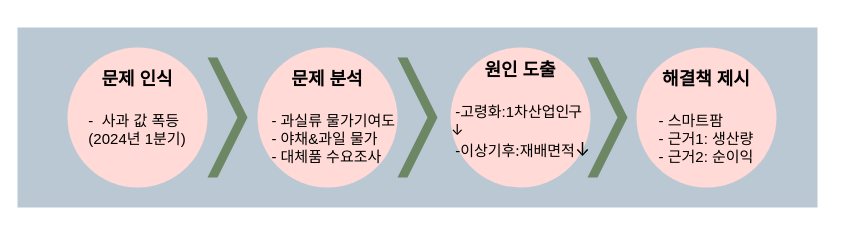
Before: AutoFarmingFlowChart.drawio in JangHyeongJun-0523/EDA_Project, a draw.io diagram. Source tidied: cells renumbered, new cells numbered last; positions are measured from the earlier drawing's top-left corner, leaving out a move shared by most shapes. Both pictures are drawn from the tidied source at 100%, with x=0, y=0 at pixel (17, 27).
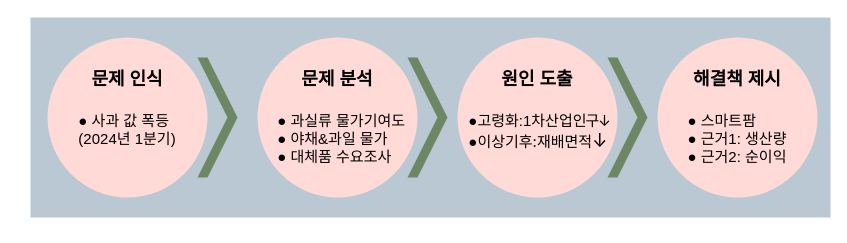
The same diagram, later.

Commit message:
feat : diagram : FlowChart

The edit, as a diff of the source:
```diff
@@
 <mxGraphModel>
   <root>
     <mxCell id="0" />
     <mxCell id="1" parent="0" />
     <mxCell id="2" style="rounded=0;whiteSpace=wrap;html=1;fillColor=#bac8d3;strokeColor=none;" parent="1" vertex="1">
-      <mxGeometry width="800" height="180" as="geometry" />
+      <mxGeometry x="13" y="-10" width="800" height="200" as="geometry" />
     </mxCell>
-    <mxCell id="3" value="&lt;font style=&quot;font-size: 18px;&quot;&gt;&lt;font style=&quot;font-size: 18px;&quot; color=&quot;#000000&quot;&gt;&lt;b style=&quot;&quot;&gt;문제&amp;nbsp;&lt;/b&gt;&lt;/font&gt;&lt;b style=&quot;color: rgb(0, 0, 0); background-color: initial;&quot;&gt;&lt;/b&gt;&lt;/font&gt;&lt;b style=&quot;font-size: 18px; background-color: initial; color: rgb(0, 0, 0);&quot;&gt;인식&lt;/b&gt;&lt;div style=&quot;font-size: 18px;&quot;&gt;&lt;br&gt;&lt;/div&gt;&lt;div&gt;&lt;div style=&quot;text-align: left;&quot;&gt;&lt;span style=&quot;font-size: 15px; color: rgb(0, 0, 0); background-color: initial;&quot;&gt;-&amp;nbsp;  &lt;/span&gt;&lt;span style=&quot;font-size: 15px; color: rgb(0, 0, 0); background-color: initial;&quot;&gt;사과 값 폭등&lt;/span&gt;&lt;/div&gt;&lt;/div&gt;&lt;div&gt;&lt;span style=&quot;font-size: 15px; color: rgb(0, 0, 0); background-color: initial;&quot;&gt;(2024년 1분기)&lt;/span&gt;&lt;/div&gt;&lt;div&gt;&lt;span style=&quot;font-size: 15px; color: rgb(0, 0, 0); background-color: initial;&quot;&gt;&lt;br&gt;&lt;/span&gt;&lt;/div&gt;" style="ellipse;whiteSpace=wrap;html=1;fillColor=#ffdad6;fontColor=#ffffff;strokeColor=none;" parent="1" vertex="1">
-      <mxGeometry x="50" y="20" width="140" height="140" as="geometry" />
+    <mxCell id="3" value="&lt;font style=&quot;font-size: 18px;&quot;&gt;&lt;font style=&quot;font-size: 18px;&quot; color=&quot;#000000&quot;&gt;&lt;b style=&quot;&quot;&gt;문제&amp;nbsp;&lt;/b&gt;&lt;/font&gt;&lt;b style=&quot;color: rgb(0, 0, 0); background-color: initial;&quot;&gt;&lt;/b&gt;&lt;/font&gt;&lt;b style=&quot;font-size: 18px; background-color: initial; color: rgb(0, 0, 0);&quot;&gt;인식&lt;/b&gt;&lt;div style=&quot;font-size: 18px;&quot;&gt;&lt;br&gt;&lt;/div&gt;&lt;div&gt;&lt;div style=&quot;text-align: left;&quot;&gt;&lt;span style=&quot;background-color: initial; text-align: center; font-size: 15px;&quot;&gt;&lt;font color=&quot;#000000&quot;&gt;●&lt;/font&gt;&lt;/span&gt;&lt;span style=&quot;font-size: 15px; color: rgb(0, 0, 0); background-color: initial;&quot;&gt;&amp;nbsp;&lt;/span&gt;&lt;span style=&quot;font-size: 15px; color: rgb(0, 0, 0); background-color: initial;&quot;&gt;사과 값 폭등&lt;/span&gt;&lt;/div&gt;&lt;/div&gt;&lt;div style=&quot;font-size: 15px;&quot;&gt;&lt;span style=&quot;color: rgb(0, 0, 0); background-color: initial;&quot;&gt;&lt;font style=&quot;vertical-align: inherit; font-size: 15px;&quot;&gt;&lt;font style=&quot;vertical-align: inherit; font-size: 15px;&quot;&gt;&lt;font style=&quot;vertical-align: inherit; font-size: 15px;&quot;&gt;&lt;font style=&quot;vertical-align: inherit; font-size: 15px;&quot;&gt;(2024년 1분기)&lt;/font&gt;&lt;/font&gt;&lt;/font&gt;&lt;/font&gt;&lt;/span&gt;&lt;/div&gt;&lt;div style=&quot;font-size: 15px;&quot;&gt;&lt;span style=&quot;color: rgb(0, 0, 0); background-color: initial;&quot;&gt;&lt;br&gt;&lt;/span&gt;&lt;/div&gt;" style="ellipse;whiteSpace=wrap;html=1;fillColor=#ffdad6;fontColor=#ffffff;strokeColor=none;" parent="1" vertex="1">
+      <mxGeometry x="30" y="10" width="160" height="160" as="geometry" />
     </mxCell>
-    <mxCell id="4" value="&lt;font style=&quot;font-size: 18px;&quot; color=&quot;#000000&quot;&gt;&lt;b style=&quot;&quot;&gt;문제 분석&lt;/b&gt;&lt;/font&gt;&lt;div style=&quot;font-size: 18px;&quot;&gt;&lt;br&gt;&lt;/div&gt;&lt;div&gt;&lt;div style=&quot;text-align: left;&quot;&gt;&lt;span style=&quot;font-size: 15px; color: rgb(0, 0, 0); background-color: initial;&quot;&gt;&amp;nbsp; &amp;nbsp;- 과실류 물가기여도&lt;/span&gt;&lt;/div&gt;&lt;/div&gt;&lt;div style=&quot;text-align: left;&quot;&gt;&lt;span style=&quot;font-size: 15px; color: rgb(0, 0, 0); background-color: initial;&quot;&gt;&amp;nbsp; &amp;nbsp;- 야채&amp;amp;과일 물가&lt;/span&gt;&lt;/div&gt;&lt;div style=&quot;text-align: left;&quot;&gt;&lt;span style=&quot;font-size: 15px; color: rgb(0, 0, 0); background-color: initial;&quot;&gt;&amp;nbsp; &amp;nbsp;- 대체품 수요조사&lt;br&gt;&lt;/span&gt;&lt;/div&gt;" style="ellipse;whiteSpace=wrap;html=1;fillColor=#ffdad6;fontColor=#ffffff;strokeColor=none;" parent="1" vertex="1">
-      <mxGeometry x="240" y="20" width="140" height="140" as="geometry" />
+    <mxCell id="4" value="&lt;font style=&quot;font-size: 18px;&quot; color=&quot;#000000&quot;&gt;&lt;b style=&quot;&quot;&gt;문제 분석&lt;/b&gt;&lt;/font&gt;&lt;div style=&quot;font-size: 18px;&quot;&gt;&lt;br&gt;&lt;/div&gt;&lt;div&gt;&lt;div style=&quot;text-align: left;&quot;&gt;&lt;span style=&quot;background-color: initial;&quot;&gt;&lt;font color=&quot;#000000&quot;&gt;&lt;span style=&quot;font-size: 15px;&quot;&gt;&amp;nbsp; ● 과실류 물가기여도&lt;/span&gt;&lt;/font&gt;&lt;/span&gt;&lt;/div&gt;&lt;/div&gt;&lt;div style=&quot;text-align: left;&quot;&gt;&lt;span style=&quot;font-size: 15px; color: rgb(0, 0, 0); background-color: initial;&quot;&gt;&amp;nbsp;&amp;nbsp;&lt;/span&gt;&lt;span style=&quot;background-color: initial; text-align: center; font-size: 15px;&quot;&gt;&lt;font color=&quot;#000000&quot;&gt;●&lt;/font&gt;&lt;/span&gt;&lt;span style=&quot;background-color: initial; color: rgb(0, 0, 0); font-size: 15px;&quot;&gt;&amp;nbsp;야채&amp;amp;과일 물가&lt;/span&gt;&lt;/div&gt;&lt;div style=&quot;text-align: left;&quot;&gt;&lt;span style=&quot;font-size: 15px; color: rgb(0, 0, 0); background-color: initial;&quot;&gt;&amp;nbsp; &lt;/span&gt;&lt;span style=&quot;background-color: initial; text-align: center; font-size: 15px;&quot;&gt;&lt;font color=&quot;#000000&quot;&gt;●&lt;/font&gt;&lt;/span&gt;&lt;span style=&quot;background-color: initial; color: rgb(0, 0, 0); font-size: 15px;&quot;&gt;&amp;nbsp;대체품 수요조사&lt;/span&gt;&lt;/div&gt;" style="ellipse;whiteSpace=wrap;html=1;fillColor=#ffdad6;fontColor=#ffffff;strokeColor=none;" parent="1" vertex="1">
+      <mxGeometry x="240" y="10" width="160" height="160" as="geometry" />
     </mxCell>
-    <mxCell id="5" value="&lt;font style=&quot;font-size: 18px;&quot; color=&quot;#000000&quot;&gt;&lt;b style=&quot;&quot;&gt;원인 도출&lt;/b&gt;&lt;/font&gt;&lt;div style=&quot;font-size: 18px;&quot;&gt;&lt;br&gt;&lt;/div&gt;&lt;div style=&quot;font-size: 15px;&quot;&gt;&lt;div style=&quot;text-align: left;&quot;&gt;&lt;font style=&quot;font-size: 15px;&quot;&gt;&lt;span style=&quot;color: rgb(0, 0, 0); background-color: initial;&quot;&gt;&amp;nbsp;-&lt;/span&gt;&lt;span style=&quot;background-color: initial; color: rgb(0, 0, 0);&quot;&gt;고령화:1차산업&lt;/span&gt;&lt;span style=&quot;background-color: initial; text-align: center; color: rgb(0, 0, 0); letter-spacing: -1px; font-family: -apple-system, BlinkMacSystemFont, &amp;quot;Helvetica Neue&amp;quot;, &amp;quot;Apple SD Gothic Neo&amp;quot;, Arial, sans-serif;&quot;&gt;인구&lt;/span&gt;&lt;span style=&quot;background-color: initial; text-align: center; color: rgb(0, 0, 0); letter-spacing: -1px; font-family: -apple-system, BlinkMacSystemFont, &amp;quot;Helvetica Neue&amp;quot;, &amp;quot;Apple SD Gothic Neo&amp;quot;, Arial, sans-serif;&quot;&gt;↓&lt;/span&gt;&lt;/font&gt;&lt;/div&gt;&lt;/div&gt;&lt;div style=&quot;text-align: left; font-size: 15px;&quot;&gt;&lt;span style=&quot;color: rgb(0, 0, 0); background-color: initial;&quot;&gt;&amp;nbsp;-&lt;/span&gt;&lt;span style=&quot;background-color: initial; color: rgb(0, 0, 0);&quot;&gt;&lt;font style=&quot;&quot; face=&quot;-apple-system, BlinkMacSystemFont, Helvetica Neue, Apple SD Gothic Neo, Arial, sans-serif&quot;&gt;이상기후:재배면적&lt;/font&gt;&lt;/span&gt;&lt;span style=&quot;background-color: initial; text-align: center; color: rgb(0, 0, 0); font-size: 18px; letter-spacing: -1px; font-family: -apple-system, BlinkMacSystemFont, &amp;quot;Helvetica Neue&amp;quot;, &amp;quot;Apple SD Gothic Neo&amp;quot;, Arial, sans-serif;&quot;&gt;↓&lt;/span&gt;&lt;/div&gt;&lt;div style=&quot;text-align: left;&quot;&gt;&lt;br&gt;&lt;/div&gt;" style="ellipse;whiteSpace=wrap;html=1;fillColor=#ffdad6;fontColor=#ffffff;strokeColor=none;" parent="1" vertex="1">
-      <mxGeometry x="433" y="20" width="140" height="140" as="geometry" />
+    <mxCell id="5" value="&lt;font style=&quot;font-size: 18px;&quot; color=&quot;#000000&quot;&gt;&lt;b style=&quot;&quot;&gt;원인 도출&lt;/b&gt;&lt;/font&gt;&lt;div style=&quot;font-size: 18px;&quot;&gt;&lt;br&gt;&lt;/div&gt;&lt;div style=&quot;&quot;&gt;&lt;div style=&quot;text-align: left;&quot;&gt;&lt;font style=&quot;&quot;&gt;&lt;span style=&quot;font-size: 15px; color: rgb(0, 0, 0); background-color: initial;&quot;&gt;&amp;nbsp;&lt;/span&gt;&lt;span style=&quot;background-color: initial;&quot;&gt;&lt;font color=&quot;#000000&quot;&gt;&lt;span style=&quot;font-size: 15px;&quot;&gt;●고령화:1차산업&lt;/span&gt;&lt;/font&gt;&lt;/span&gt;&lt;span style=&quot;font-size: 15px; background-color: initial; text-align: center; color: rgb(0, 0, 0); letter-spacing: -1px; font-family: -apple-system, BlinkMacSystemFont, &amp;quot;Helvetica Neue&amp;quot;, &amp;quot;Apple SD Gothic Neo&amp;quot;, Arial, sans-serif;&quot;&gt;인구&lt;/span&gt;&lt;span style=&quot;font-size: 15px; background-color: initial; text-align: center; color: rgb(0, 0, 0); letter-spacing: -1px; font-family: -apple-system, BlinkMacSystemFont, &amp;quot;Helvetica Neue&amp;quot;, &amp;quot;Apple SD Gothic Neo&amp;quot;, Arial, sans-serif;&quot;&gt;↓&lt;/span&gt;&lt;/font&gt;&lt;/div&gt;&lt;/div&gt;&lt;div style=&quot;text-align: left;&quot;&gt;&lt;span style=&quot;font-size: 15px; color: rgb(0, 0, 0); background-color: initial;&quot;&gt;&amp;nbsp;&lt;/span&gt;&lt;span style=&quot;background-color: initial;&quot;&gt;&lt;font style=&quot;&quot;&gt;&lt;font color=&quot;#000000&quot;&gt;&lt;span style=&quot;font-size: 15px;&quot;&gt;●&lt;/span&gt;&lt;/font&gt;&lt;font face=&quot;-apple-system, BlinkMacSystemFont, Helvetica Neue, Apple SD Gothic Neo, Arial, sans-serif&quot; color=&quot;#000000&quot;&gt;&lt;span style=&quot;font-size: 15px;&quot;&gt;이상기후:재배면적&lt;/span&gt;&lt;/font&gt;&lt;/font&gt;&lt;/span&gt;&lt;span style=&quot;font-size: 18px; background-color: initial; text-align: center; color: rgb(0, 0, 0); letter-spacing: -1px; font-family: -apple-system, BlinkMacSystemFont, &amp;quot;Helvetica Neue&amp;quot;, &amp;quot;Apple SD Gothic Neo&amp;quot;, Arial, sans-serif;&quot;&gt;↓&lt;/span&gt;&lt;/div&gt;&lt;div style=&quot;text-align: left;&quot;&gt;&lt;br&gt;&lt;/div&gt;" style="ellipse;whiteSpace=wrap;html=1;fillColor=#ffdad6;fontColor=#ffffff;strokeColor=none;" parent="1" vertex="1">
+      <mxGeometry x="440" y="10" width="160" height="160" as="geometry" />
     </mxCell>
-    <mxCell id="6" value="&lt;font style=&quot;font-size: 18px;&quot; color=&quot;#000000&quot;&gt;&lt;b style=&quot;&quot;&gt;해결책 제시&lt;/b&gt;&lt;/font&gt;&lt;div style=&quot;font-size: 18px;&quot;&gt;&lt;br&gt;&lt;/div&gt;&lt;div&gt;&lt;div style=&quot;text-align: left;&quot;&gt;&lt;span style=&quot;font-size: 15px; color: rgb(0, 0, 0); background-color: initial;&quot;&gt;- 스마트팜&lt;/span&gt;&lt;/div&gt;&lt;/div&gt;&lt;div style=&quot;text-align: left;&quot;&gt;&lt;span style=&quot;font-size: 15px; color: rgb(0, 0, 0); background-color: initial;&quot;&gt;- 근거1: 생산량&lt;/span&gt;&lt;/div&gt;&lt;div style=&quot;text-align: left;&quot;&gt;&lt;span style=&quot;font-size: 15px; color: rgb(0, 0, 0); background-color: initial;&quot;&gt;- 근거2: 순이익&lt;/span&gt;&lt;/div&gt;" style="ellipse;whiteSpace=wrap;html=1;fillColor=#ffdad6;fontColor=#ffffff;strokeColor=none;" parent="1" vertex="1">
-      <mxGeometry x="619" y="20" width="140" height="140" as="geometry" />
+    <mxCell id="6" value="&lt;font style=&quot;font-size: 18px;&quot; color=&quot;#000000&quot;&gt;&lt;b style=&quot;&quot;&gt;해결책 제시&lt;/b&gt;&lt;/font&gt;&lt;div style=&quot;font-size: 18px;&quot;&gt;&lt;br&gt;&lt;/div&gt;&lt;div&gt;&lt;div style=&quot;text-align: left;&quot;&gt;&lt;span style=&quot;background-color: initial; text-align: center; font-size: 15px;&quot;&gt;&lt;font color=&quot;#000000&quot;&gt;●&lt;/font&gt;&lt;/span&gt;&lt;span style=&quot;font-size: 15px; color: rgb(0, 0, 0); background-color: initial;&quot;&gt;&amp;nbsp;스마트팜&lt;/span&gt;&lt;/div&gt;&lt;/div&gt;&lt;div style=&quot;text-align: left;&quot;&gt;&lt;span style=&quot;background-color: initial; text-align: center; font-size: 15px;&quot;&gt;&lt;font color=&quot;#000000&quot;&gt;●&lt;/font&gt;&lt;/span&gt;&lt;span style=&quot;font-size: 15px; color: rgb(0, 0, 0); background-color: initial;&quot;&gt;&amp;nbsp;근거1: 생산량&lt;/span&gt;&lt;/div&gt;&lt;div style=&quot;text-align: left;&quot;&gt;&lt;span style=&quot;background-color: initial; text-align: center; font-size: 15px;&quot;&gt;&lt;font color=&quot;#000000&quot;&gt;●&lt;/font&gt;&lt;/span&gt;&lt;span style=&quot;font-size: 15px; color: rgb(0, 0, 0); background-color: initial;&quot;&gt;&amp;nbsp;근거2: 순이익&lt;/span&gt;&lt;/div&gt;" style="ellipse;whiteSpace=wrap;html=1;fillColor=#ffdad6;fontColor=#ffffff;strokeColor=none;" parent="1" vertex="1">
+      <mxGeometry x="640" y="10" width="160" height="160" as="geometry" />
     </mxCell>
     <mxCell id="7" style="shape=step;perimeter=stepPerimeter;whiteSpace=wrap;html=1;fixedSize=1;size=30;fillColor=#6d8764;fontColor=#ffffff;strokeColor=none;" parent="1" vertex="1">
-      <mxGeometry x="190" y="30" width="40" height="120" as="geometry" />
+      <mxGeometry x="180" y="30" width="40" height="120" as="geometry" />
     </mxCell>
     <mxCell id="8" style="shape=step;perimeter=stepPerimeter;whiteSpace=wrap;html=1;fixedSize=1;size=30;fillColor=#6d8764;fontColor=#ffffff;strokeColor=none;" parent="1" vertex="1">
-      <mxGeometry x="380" y="30" width="40" height="120" as="geometry" />
+      <mxGeometry x="390" y="30" width="40" height="120" as="geometry" />
     </mxCell>
     <mxCell id="9" style="shape=step;perimeter=stepPerimeter;whiteSpace=wrap;html=1;fixedSize=1;size=30;fillColor=#6d8764;fontColor=#ffffff;strokeColor=none;" parent="1" vertex="1">
-      <mxGeometry x="570" y="30" width="40" height="120" as="geometry" />
+      <mxGeometry x="590" y="30" width="40" height="120" as="geometry" />
     </mxCell>
     <mxCell id="10" style="edgeStyle=orthogonalEdgeStyle;rounded=0;orthogonalLoop=1;jettySize=auto;html=1;exitX=0.5;exitY=1;exitDx=0;exitDy=0;" parent="1" edge="1" source="2" target="2">
       <mxGeometry relative="1" as="geometry" />
     </mxCell>
   </root>
 </mxGraphModel>
```
